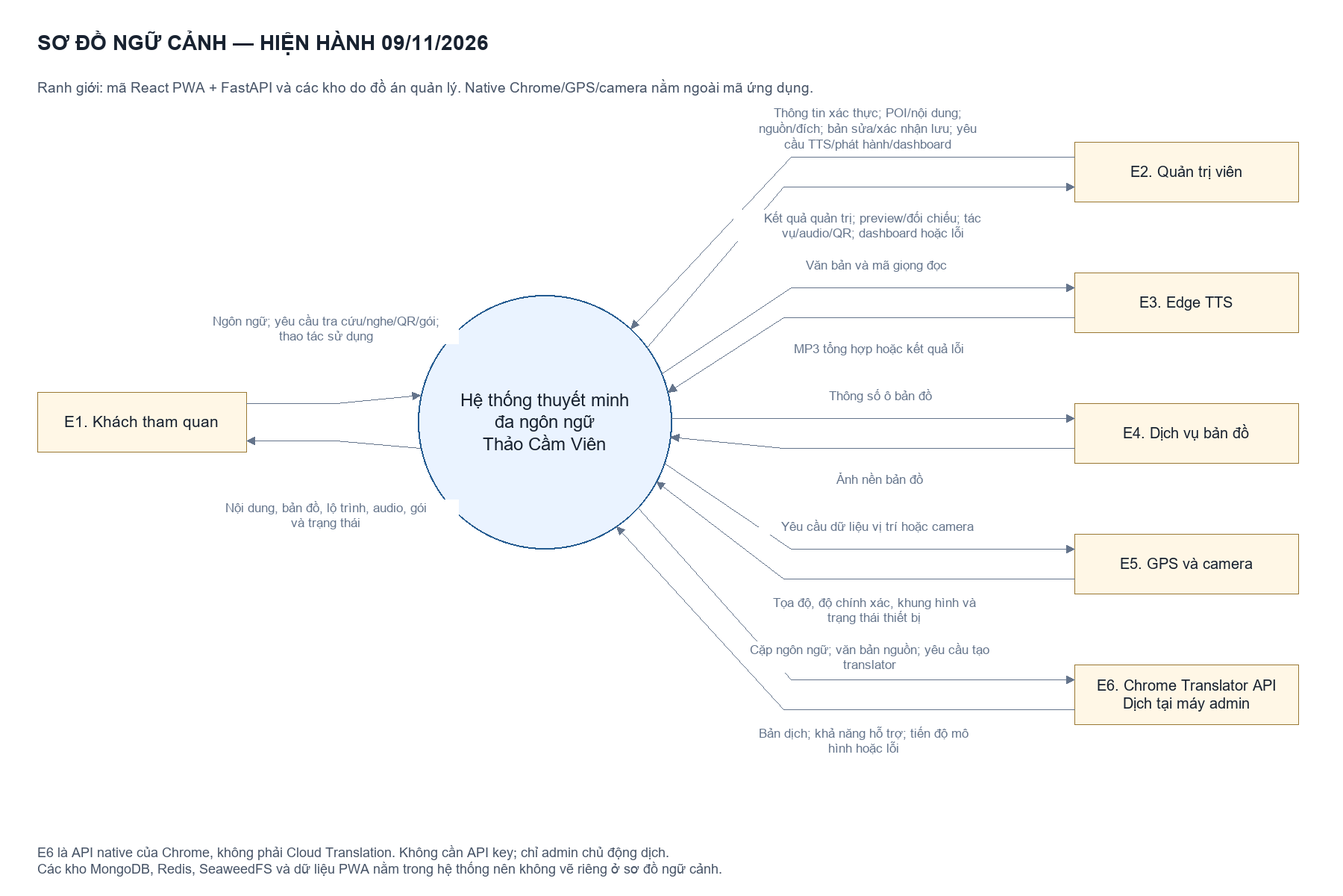
Earlier version of the draw.io export docs/Use-case/DFD_IMG/01_NGU_CANH.drawio.png (BXXOYOUNG/multilingual-guide-services-saigon-zoo). Source tidied: cells renumbered, new cells last; positions are measured from the earlier drawing's top-left corner, leaving out a move shared by most shapes.
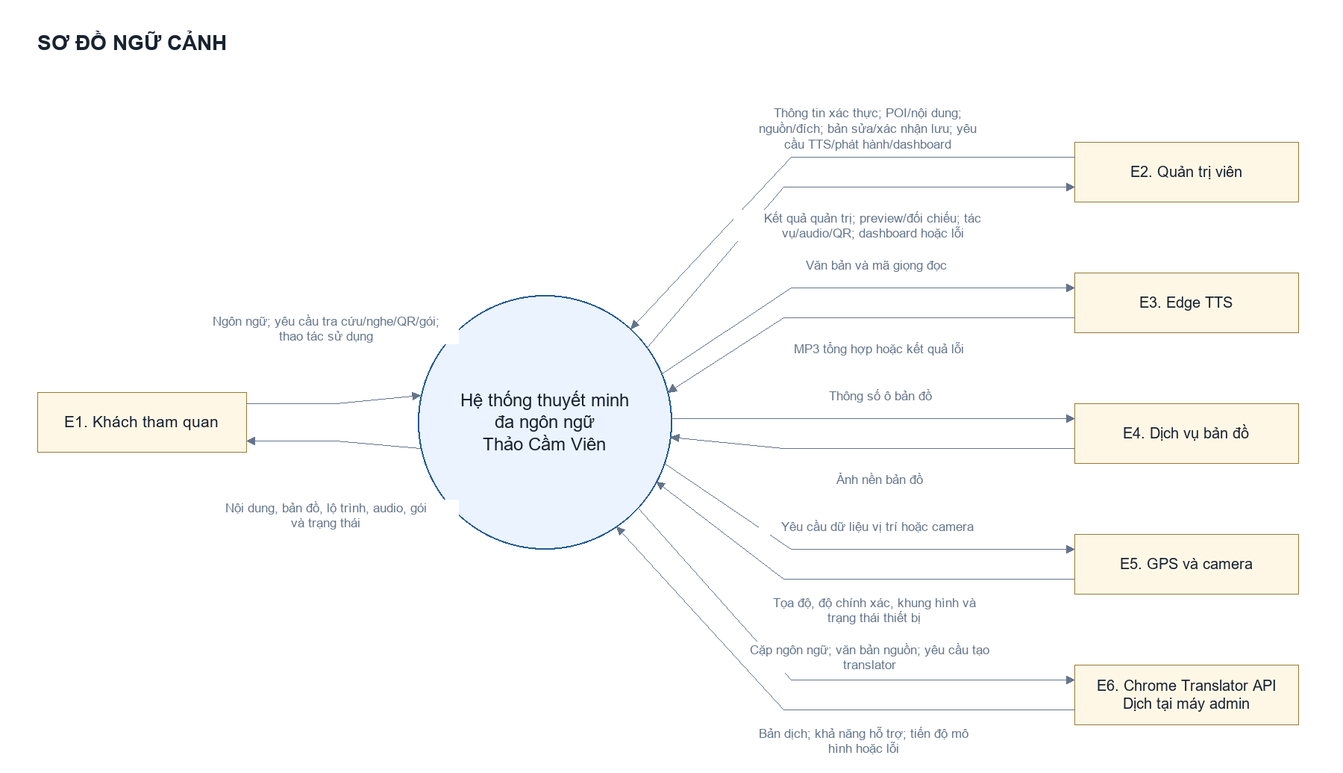
After the commit.

Change to the diagram source:
```diff
@@ -2,12 +2,9 @@
   <root>
     <mxCell id="0" />
     <mxCell id="1" parent="0" />
-    <mxCell id="2" value="SƠ ĐỒ NGỮ CẢNH — HIỆN HÀNH 09/11/2026" style="fontFamily=Arial;fontColor=#182230;html=0;whiteSpace=wrap;text;align=left;fontSize=28;fontStyle=1;" parent="1" vertex="1">
+    <mxCell id="2" value="SƠ ĐỒ NGỮ CẢNH" style="fontFamily=Arial;fontColor=#182230;html=0;whiteSpace=wrap;text;align=left;fontSize=28;fontStyle=1;" parent="1" vertex="1">
       <mxGeometry width="1700" height="55" as="geometry" />
     </mxCell>
-    <mxCell id="3" value="Ranh giới: mã React PWA + FastAPI và các kho do đồ án quản lý. Native Chrome/GPS/camera nằm ngoài mã ứng dụng." style="fontFamily=Arial;fontColor=#182230;html=0;whiteSpace=wrap;text;align=left;fontSize=19;fontColor=#475467;" parent="1" vertex="1">
-      <mxGeometry y="60" width="1700" height="55" as="geometry" />
-    </mxCell>
     <mxCell id="4" value="Hệ thống thuyết minh&#10;đa ngôn ngữ&#10;Thảo Cầm Viên" style="fontFamily=Arial;fontColor=#182230;html=0;whiteSpace=wrap;ellipse;fillColor=#eaf3ff;strokeColor=#245b91;strokeWidth=2;fontSize=24;align=center;" parent="1" vertex="1">
       <mxGeometry x="510" y="365" width="340" height="340" as="geometry" />
     </mxCell>
@@ -125,8 +122,5 @@
         <mxPoint x="78.6" y="42" as="offset" />
       </mxGeometry>
     </mxCell>
-    <mxCell id="23" value="E6 là API native của Chrome, không phải Cloud Translation. Không cần API key; chỉ admin chủ động dịch.&#10;Các kho MongoDB, Redis, SeaweedFS và dữ liệu PWA nằm trong hệ thống nên không vẽ riêng ở sơ đồ ngữ cảnh." style="fontFamily=Arial;fontColor=#182230;html=0;whiteSpace=wrap;text;align=left;fontSize=18;fontColor=#475467;" parent="1" vertex="1">
-      <mxGeometry y="1090" width="1690" height="65" as="geometry" />
-    </mxCell>
   </root>
 </mxGraphModel>
```
